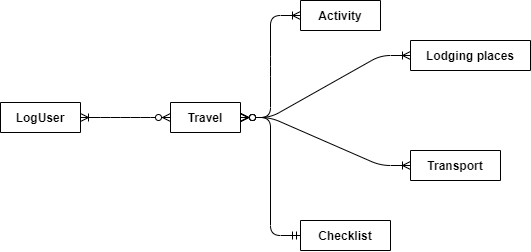
Above: MCD-MLD/MCD.png in keanutrosset/HotelplanEnMieux (draw.io), before the change. Source tidied: cells renumbered, new cells last; positions are measured from the earlier drawing's top-left corner, leaving out a move shared by most shapes. Source of this version:
```xml
<mxGraphModel>
  <root>
    <mxCell id="0" />
    <mxCell id="1" parent="0" />
    <mxCell id="2" value="LogUser" style="shape=table;startSize=30;rowLines=0;fontStyle=1;align=center;" parent="1" vertex="1" collapsed="1">
      <mxGeometry y="102" width="80" height="30" as="geometry" />
    </mxCell>
    <mxCell id="3" value="Travel" style="shape=table;startSize=30;rowLines=0;fontStyle=1;align=center;" parent="1" vertex="1" collapsed="1">
      <mxGeometry x="170" y="102" width="70" height="30" as="geometry" />
    </mxCell>
    <mxCell id="4" value="Transport" style="shape=table;startSize=30;rowLines=0;fontStyle=1;align=center;" parent="1" vertex="1" collapsed="1">
      <mxGeometry x="410" y="150" width="90" height="30" as="geometry" />
    </mxCell>
    <mxCell id="5" value="Lodging places" style="shape=table;startSize=30;rowLines=0;fontStyle=1;align=center;" parent="1" vertex="1" collapsed="1">
      <mxGeometry x="410" y="40" width="120" height="30" as="geometry" />
    </mxCell>
    <mxCell id="6" value="Activity" style="shape=table;startSize=30;rowLines=0;fontStyle=1;align=center;" parent="1" vertex="1" collapsed="1">
      <mxGeometry x="300" width="80" height="30" as="geometry" />
    </mxCell>
    <mxCell id="7" value="Checklist" style="shape=table;startSize=30;rowLines=0;fontStyle=1;align=center;" parent="1" vertex="1" collapsed="1">
      <mxGeometry x="300" y="220" width="90" height="30" as="geometry" />
    </mxCell>
  </root>
</mxGraphModel>
```
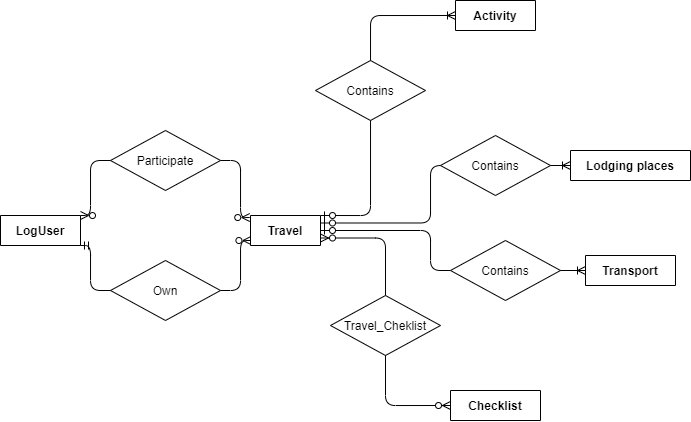
Later version of the same file.

Change to the diagram source:
```diff
@@ -3,22 +3,40 @@
     <mxCell id="0" />
     <mxCell id="1" parent="0" />
     <mxCell id="2" value="LogUser" style="shape=table;startSize=30;rowLines=0;fontStyle=1;align=center;" parent="1" vertex="1" collapsed="1">
-      <mxGeometry y="102" width="80" height="30" as="geometry" />
+      <mxGeometry x="20" y="95" width="80" height="30" as="geometry" />
     </mxCell>
     <mxCell id="3" value="Travel" style="shape=table;startSize=30;rowLines=0;fontStyle=1;align=center;" parent="1" vertex="1" collapsed="1">
-      <mxGeometry x="170" y="102" width="70" height="30" as="geometry" />
+      <mxGeometry x="270" y="95" width="70" height="30" as="geometry" />
     </mxCell>
     <mxCell id="4" value="Transport" style="shape=table;startSize=30;rowLines=0;fontStyle=1;align=center;" parent="1" vertex="1" collapsed="1">
-      <mxGeometry x="410" y="150" width="90" height="30" as="geometry" />
+      <mxGeometry x="605" y="135" width="90" height="30" as="geometry" />
     </mxCell>
     <mxCell id="5" value="Lodging places" style="shape=table;startSize=30;rowLines=0;fontStyle=1;align=center;" parent="1" vertex="1" collapsed="1">
-      <mxGeometry x="410" y="40" width="120" height="30" as="geometry" />
+      <mxGeometry x="590" y="30" width="120" height="30" as="geometry" />
     </mxCell>
     <mxCell id="6" value="Activity" style="shape=table;startSize=30;rowLines=0;fontStyle=1;align=center;" parent="1" vertex="1" collapsed="1">
-      <mxGeometry x="300" width="80" height="30" as="geometry" />
+      <mxGeometry x="475" y="-120" width="80" height="30" as="geometry" />
     </mxCell>
     <mxCell id="7" value="Checklist" style="shape=table;startSize=30;rowLines=0;fontStyle=1;align=center;" parent="1" vertex="1" collapsed="1">
-      <mxGeometry x="300" y="220" width="90" height="30" as="geometry" />
+      <mxGeometry x="470" y="270" width="90" height="30" as="geometry" />
     </mxCell>
+    <mxCell id="8" value="Travel_Cheklist" style="rhombus;whiteSpace=wrap;html=1;" parent="1" vertex="1">
+      <mxGeometry x="350" y="175" width="110" height="60" as="geometry" />
+    </mxCell>
+    <mxCell id="9" value="Own" style="rhombus;whiteSpace=wrap;html=1;" parent="1" vertex="1">
+      <mxGeometry x="130" y="140" width="110" height="60" as="geometry" />
+    </mxCell>
+    <mxCell id="10" value="Contains" style="rhombus;whiteSpace=wrap;html=1;" parent="1" vertex="1">
+      <mxGeometry x="460" y="15" width="110" height="60" as="geometry" />
+    </mxCell>
+    <mxCell id="11" value="Contains" style="rhombus;whiteSpace=wrap;html=1;" parent="1" vertex="1">
+      <mxGeometry x="470" y="120" width="110" height="60" as="geometry" />
+    </mxCell>
+    <mxCell id="12" value="Participate" style="rhombus;whiteSpace=wrap;html=1;" parent="1" vertex="1">
+      <mxGeometry x="130" y="10" width="110" height="60" as="geometry" />
+    </mxCell>
+    <mxCell id="13" value="Contains" style="rhombus;whiteSpace=wrap;html=1;" parent="1" vertex="1">
+      <mxGeometry x="335" y="-60" width="110" height="60" as="geometry" />
+    </mxCell>
   </root>
 </mxGraphModel>
```
